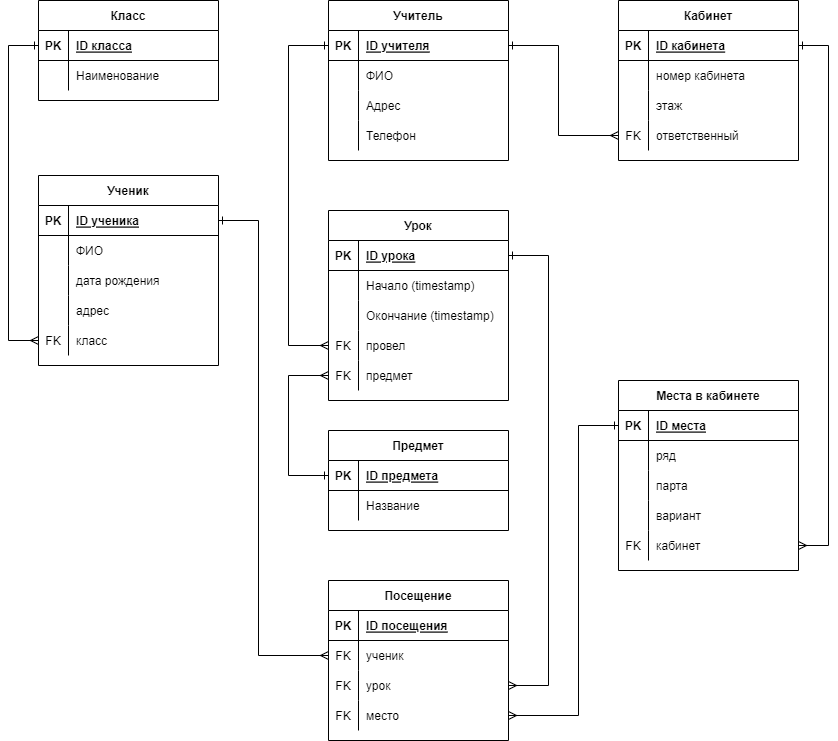
Earlier version of the draw.io export school.drawio.png (jokerjam-s/GB_Databases_HomeWork_003). Source tidied: cells renumbered, new cells last; positions are measured from the earlier drawing's top-left corner, leaving out a move shared by most shapes.
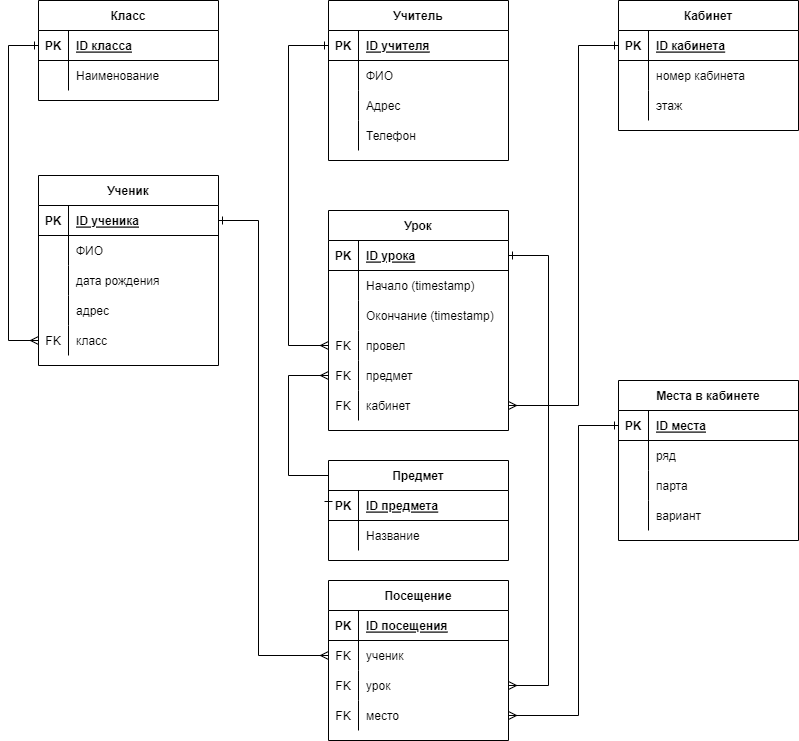
Later version of the same file.

The edit, as a diff of the source:
```diff
@@ -24,7 +24,7 @@
       <mxGeometry x="30" width="150" height="30" as="geometry" />
     </mxCell>
     <mxCell id="9" value="Кабинет" style="shape=table;startSize=30;rowLines=0;fontStyle=1;align=center;" parent="1" vertex="1">
-      <mxGeometry x="610" width="180" height="160" as="geometry" />
+      <mxGeometry x="610" width="180" height="130" as="geometry" />
     </mxCell>
     <mxCell id="10" style="shape=tableRow;horizontal=0;startSize=0;swimlaneHead=0;swimlaneBody=0;fillColor=none;points=[[0,0.5],[1,0.5]];portConstraint=eastwest;top=0;left=0;right=0;bottom=1;" parent="9" vertex="1">
       <mxGeometry y="30" width="180" height="30" as="geometry" />
@@ -53,15 +53,6 @@
     <mxCell id="18" value="этаж" style="shape=partialRectangle;fillColor=none;top=0;left=0;bottom=0;right=0;align=left;spacingLeft=6;overflow=hidden;" parent="16" vertex="1">
       <mxGeometry x="30" width="150" height="30" as="geometry" />
     </mxCell>
-    <mxCell id="19" style="shape=tableRow;horizontal=0;startSize=0;swimlaneHead=0;swimlaneBody=0;fillColor=none;points=[[0,0.5],[1,0.5]];portConstraint=eastwest;top=0;left=0;right=0;bottom=0;" parent="9" vertex="1">
-      <mxGeometry y="120" width="180" height="30" as="geometry" />
-    </mxCell>
-    <mxCell id="20" value="FK" style="shape=partialRectangle;fillColor=none;top=0;left=0;bottom=0;right=0;overflow=hidden;" parent="19" vertex="1">
-      <mxGeometry width="30" height="30" as="geometry" />
-    </mxCell>
-    <mxCell id="21" value="ответственный" style="shape=partialRectangle;fillColor=none;top=0;left=0;bottom=0;right=0;align=left;spacingLeft=6;overflow=hidden;" parent="19" vertex="1">
-      <mxGeometry x="30" width="150" height="30" as="geometry" />
-    </mxCell>
     <mxCell id="22" value="Ученик" style="shape=table;startSize=30;rowLines=0;fontStyle=1;align=center;" parent="1" vertex="1">
       <mxGeometry x="30" y="175" width="180" height="190" as="geometry" />
     </mxCell>
@@ -111,7 +102,7 @@
       <mxGeometry x="30" width="150" height="30" as="geometry" />
     </mxCell>
     <mxCell id="38" value="Места в кабинете" style="shape=table;startSize=30;rowLines=0;fontStyle=1;align=center;" parent="1" vertex="1">
-      <mxGeometry x="610" y="380" width="180" height="190" as="geometry" />
+      <mxGeometry x="610" y="380" width="180" height="160" as="geometry" />
     </mxCell>
     <mxCell id="39" style="shape=tableRow;horizontal=0;startSize=0;swimlaneHead=0;swimlaneBody=0;fillColor=none;points=[[0,0.5],[1,0.5]];portConstraint=eastwest;top=0;left=0;right=0;bottom=1;" parent="38" vertex="1">
       <mxGeometry y="30" width="180" height="30" as="geometry" />
@@ -149,15 +140,6 @@
     <mxCell id="50" value="вариант" style="shape=partialRectangle;fillColor=none;top=0;left=0;bottom=0;right=0;align=left;spacingLeft=6;overflow=hidden;" parent="48" vertex="1">
       <mxGeometry x="30" width="150" height="30" as="geometry" />
     </mxCell>
-    <mxCell id="51" style="shape=tableRow;horizontal=0;startSize=0;swimlaneHead=0;swimlaneBody=0;fillColor=none;points=[[0,0.5],[1,0.5]];portConstraint=eastwest;top=0;left=0;right=0;bottom=0;" parent="38" vertex="1">
-      <mxGeometry y="150" width="180" height="30" as="geometry" />
-    </mxCell>
-    <mxCell id="52" value="FK" style="shape=partialRectangle;fillColor=none;top=0;left=0;bottom=0;right=0;fontStyle=0;overflow=hidden;" parent="51" vertex="1">
-      <mxGeometry width="30" height="30" as="geometry" />
-    </mxCell>
-    <mxCell id="53" value="кабинет" style="shape=partialRectangle;fillColor=none;top=0;left=0;bottom=0;right=0;align=left;spacingLeft=6;fontStyle=0;overflow=hidden;" parent="51" vertex="1">
-      <mxGeometry x="30" width="150" height="30" as="geometry" />
-    </mxCell>
     <mxCell id="54" value="Учитель" style="shape=table;startSize=30;rowLines=0;fontStyle=1;align=center;" parent="1" vertex="1">
       <mxGeometry x="320" width="180" height="160" as="geometry" />
     </mxCell>
@@ -198,7 +180,7 @@
       <mxGeometry x="30" width="150" height="30" as="geometry" />
     </mxCell>
     <mxCell id="67" value="Урок" style="shape=table;startSize=30;rowLines=0;fontStyle=1;align=center;" parent="1" vertex="1">
-      <mxGeometry x="320" y="210" width="180" height="190" as="geometry" />
+      <mxGeometry x="320" y="210" width="180" height="220" as="geometry" />
     </mxCell>
     <mxCell id="68" style="shape=tableRow;horizontal=0;startSize=0;swimlaneHead=0;swimlaneBody=0;fillColor=none;points=[[0,0.5],[1,0.5]];portConstraint=eastwest;top=0;left=0;right=0;bottom=1;" parent="67" vertex="1">
       <mxGeometry y="30" width="180" height="30" as="geometry" />
@@ -245,8 +227,17 @@
     <mxCell id="82" value="предмет" style="shape=partialRectangle;fillColor=none;top=0;left=0;bottom=0;right=0;align=left;spacingLeft=6;fontStyle=0;overflow=hidden;" parent="80" vertex="1">
       <mxGeometry x="30" width="150" height="30" as="geometry" />
     </mxCell>
+    <mxCell id="111" style="shape=tableRow;horizontal=0;startSize=0;swimlaneHead=0;swimlaneBody=0;fillColor=none;points=[[0,0.5],[1,0.5]];portConstraint=eastwest;top=0;left=0;right=0;bottom=0;" parent="67" vertex="1">
+      <mxGeometry y="180" width="180" height="30" as="geometry" />
+    </mxCell>
+    <mxCell id="52" value="FK" style="shape=partialRectangle;fillColor=none;top=0;left=0;bottom=0;right=0;fontStyle=0;overflow=hidden;" parent="111" vertex="1">
+      <mxGeometry width="30" height="30" as="geometry" />
+    </mxCell>
+    <mxCell id="53" value="кабинет" style="shape=partialRectangle;fillColor=none;top=0;left=0;bottom=0;right=0;align=left;spacingLeft=6;fontStyle=0;overflow=hidden;" parent="111" vertex="1">
+      <mxGeometry x="30" width="150" height="30" as="geometry" />
+    </mxCell>
     <mxCell id="83" value="Предмет" style="shape=table;startSize=30;rowLines=0;fontStyle=1;align=center;" parent="1" vertex="1">
-      <mxGeometry x="320" y="430" width="180" height="100" as="geometry" />
+      <mxGeometry x="320" y="460" width="180" height="100" as="geometry" />
     </mxCell>
     <mxCell id="84" style="shape=tableRow;horizontal=0;startSize=0;swimlaneHead=0;swimlaneBody=0;fillColor=none;points=[[0,0.5],[1,0.5]];portConstraint=eastwest;top=0;left=0;right=0;bottom=1;" parent="83" vertex="1">
       <mxGeometry y="30" width="180" height="30" as="geometry" />
@@ -274,14 +265,6 @@
         </Array>
       </mxGeometry>
     </mxCell>
-    <mxCell id="91" style="edgeStyle=orthogonalEdgeStyle;rounded=0;jettySize=auto;html=1;startArrow=ERone;startFill=0;endArrow=ERmany;endFill=0;entryX=0;entryY=0.5;entryDx=0;entryDy=0;" parent="1" edge="1" source="55" target="19">
-      <mxGeometry relative="1" as="geometry">
-        <Array as="points">
-          <mxPoint x="550" y="45" />
-          <mxPoint x="550" y="135" />
-        </Array>
-      </mxGeometry>
-    </mxCell>
     <mxCell id="92" style="edgeStyle=orthogonalEdgeStyle;rounded=0;jettySize=auto;html=1;exitX=0;exitY=0.5;exitDx=0;exitDy=0;entryX=0;entryY=0.5;entryDx=0;entryDy=0;startArrow=ERone;startFill=0;endArrow=ERmany;endFill=0;" parent="1" edge="1" source="55" target="77">
       <mxGeometry relative="1" as="geometry">
         <Array as="points">
@@ -298,11 +281,11 @@
         </Array>
       </mxGeometry>
     </mxCell>
-    <mxCell id="94" style="edgeStyle=orthogonalEdgeStyle;rounded=0;jettySize=auto;html=1;exitX=1;exitY=0.5;exitDx=0;exitDy=0;startArrow=ERone;startFill=0;endArrow=ERmany;endFill=0;" parent="1" edge="1" source="10" target="51">
+    <mxCell id="94" style="edgeStyle=orthogonalEdgeStyle;rounded=0;jettySize=auto;html=1;exitX=0;exitY=0.5;exitDx=0;exitDy=0;startArrow=ERone;startFill=0;endArrow=ERmany;endFill=0;entryX=1;entryY=0.5;entryDx=0;entryDy=0;" parent="1" edge="1" source="10" target="111">
       <mxGeometry relative="1" as="geometry">
         <Array as="points">
-          <mxPoint x="820" y="45" />
-          <mxPoint x="820" y="545" />
+          <mxPoint x="570" y="45" />
+          <mxPoint x="570" y="405" />
         </Array>
       </mxGeometry>
     </mxCell>
```
